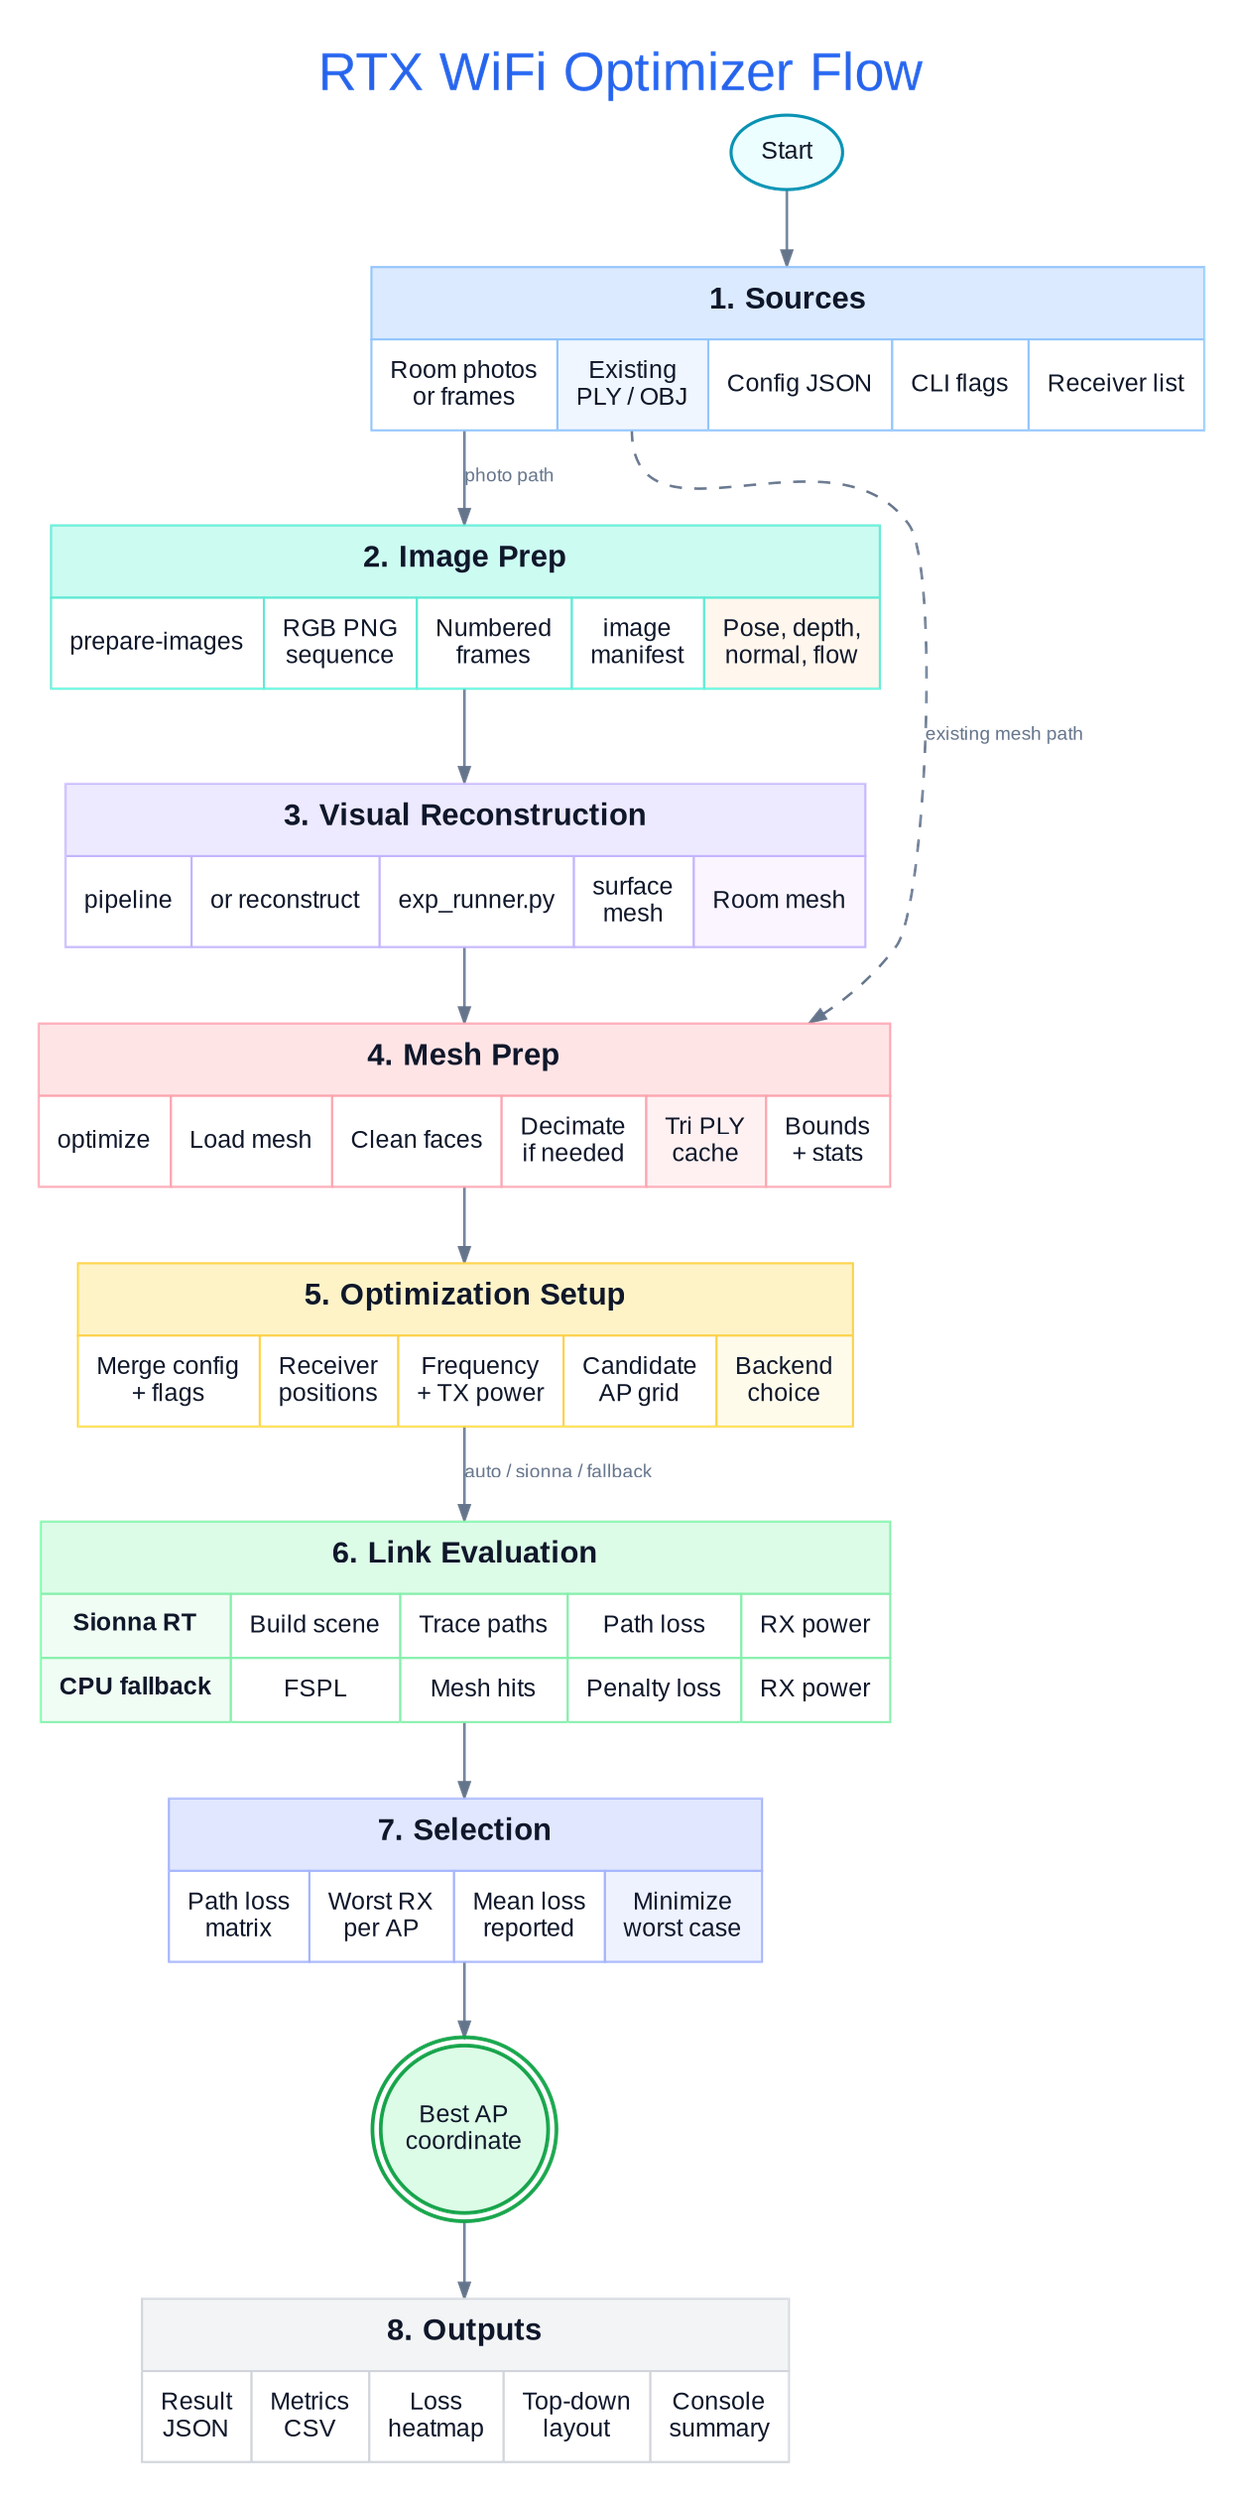
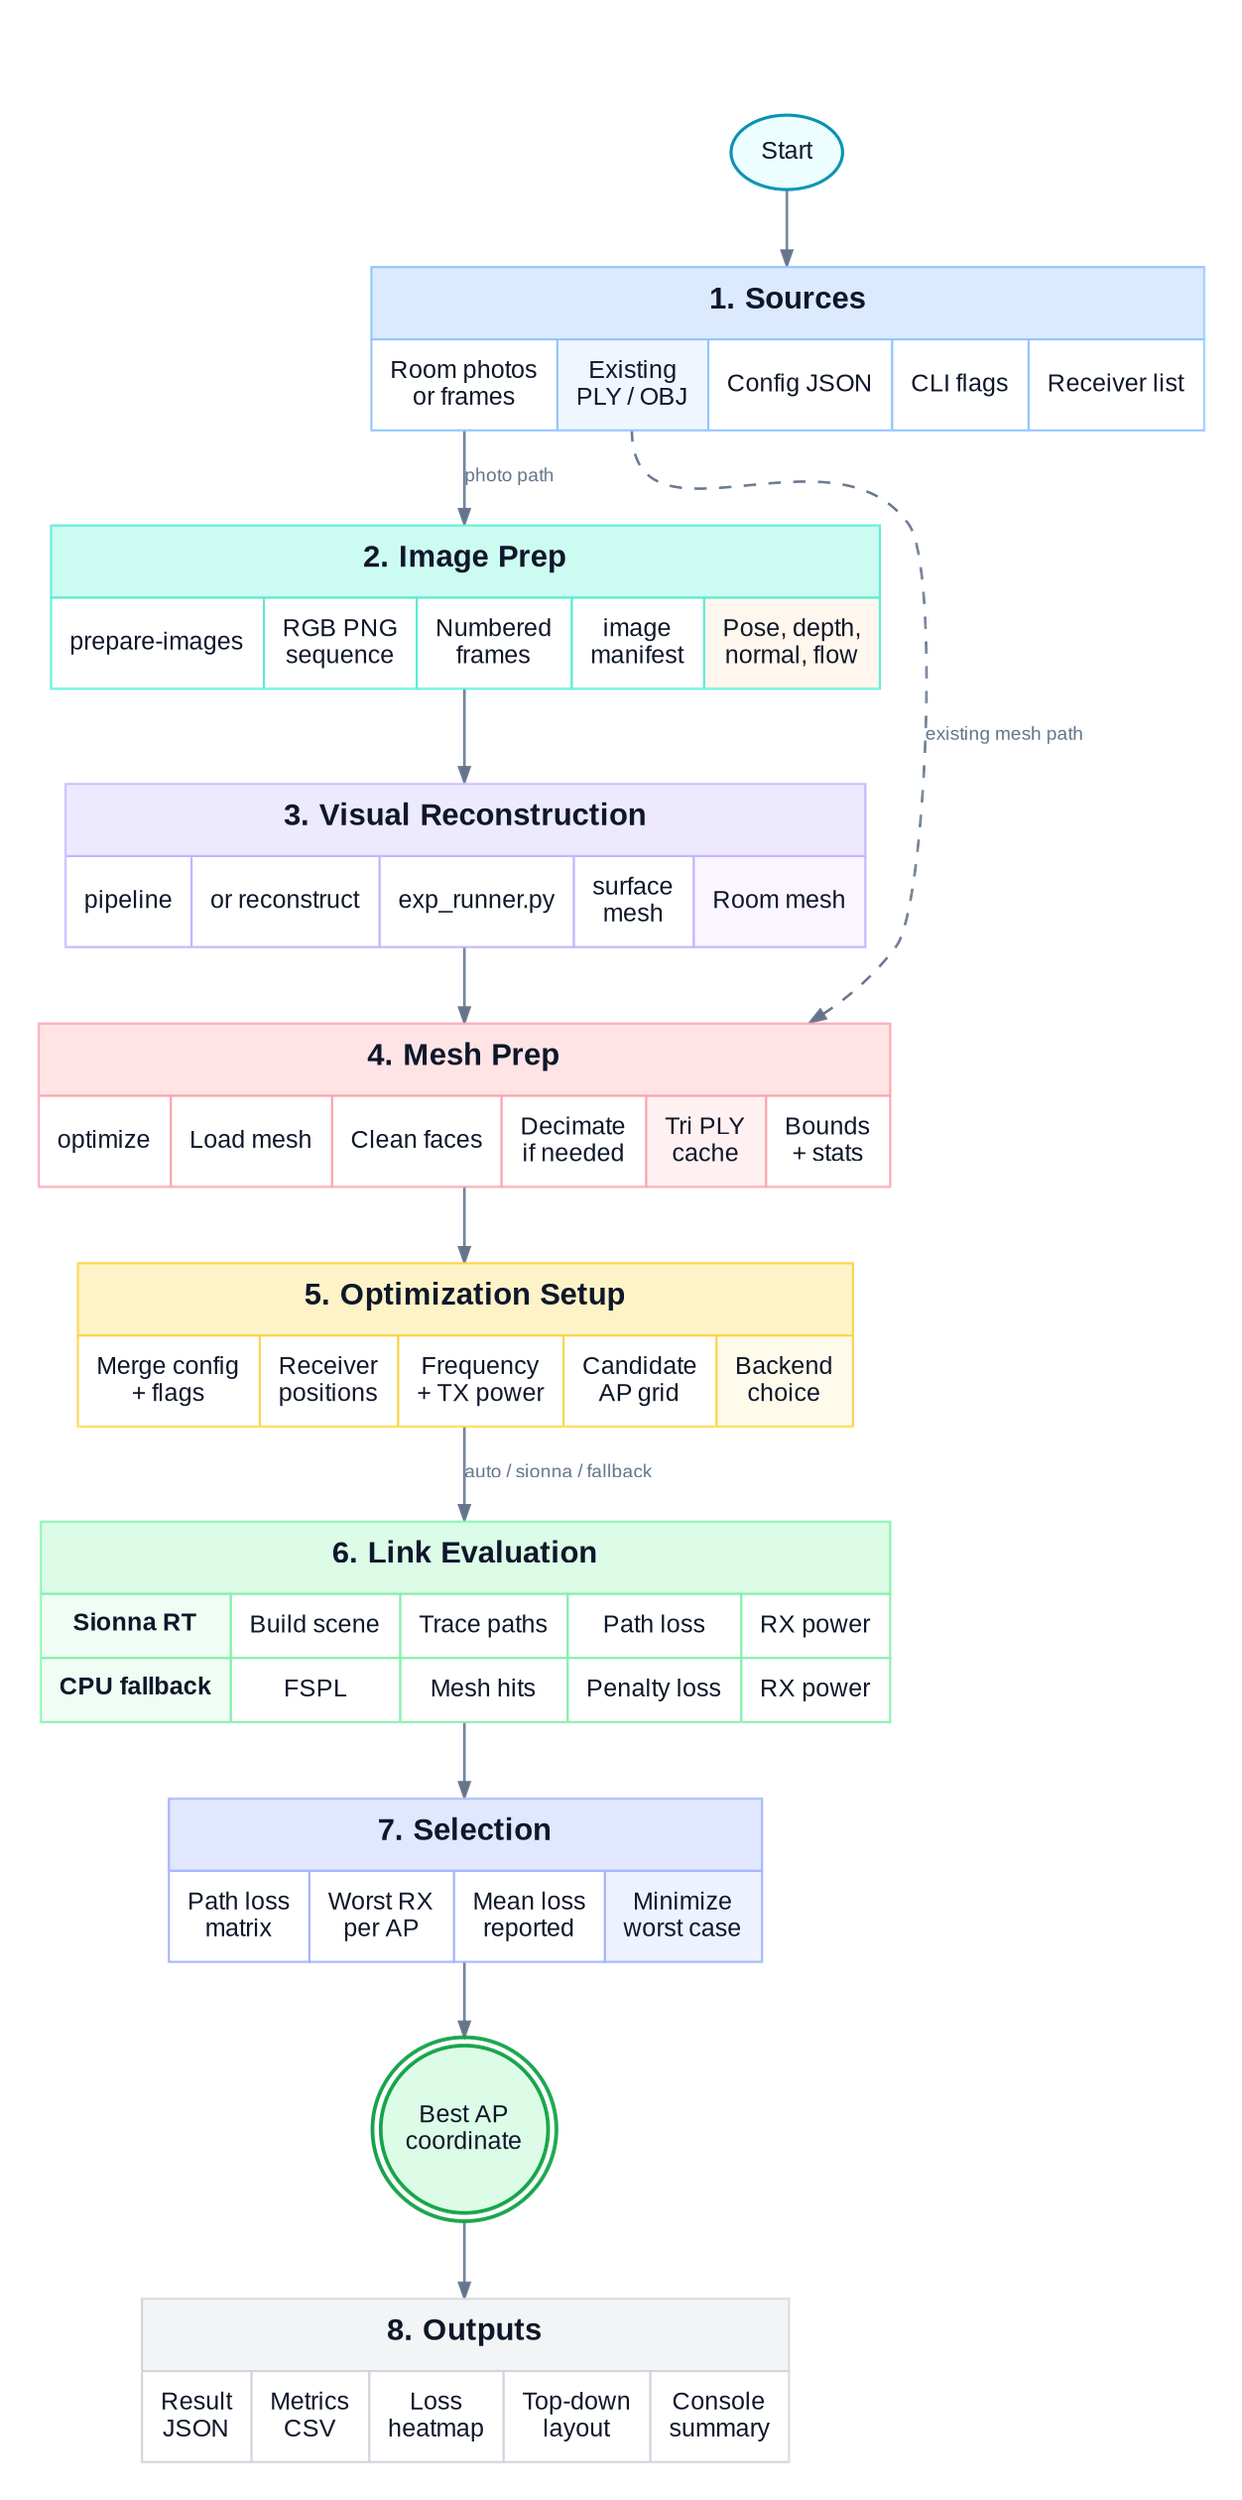
digraph wifi_optimizer_flow {
  graph [
    label="RTX WiFi Optimizer Flow",
    labelloc="t",
    fontsize=26,
    fontname="Liberation Sans",
-     fontcolor="#2563eb",
+     fontcolor="#ffffff",
    bgcolor="transparent",
    rankdir=TB,
    splines=spline,
    nodesep=0.42,
    ranksep=0.48,
    pad=0.16,
    margin=0.10,
    outputorder=edgesfirst
  ];

  node [
    shape=plain,
    fontname="Liberation Sans",
    fontsize=12,
    fontcolor="#0f172a"
  ];

  edge [
    fontname="Liberation Sans",
    fontsize=9,
    color="#64748b",
    fontcolor="#64748b",
    arrowsize=0.72,
    penwidth=1.2
  ];

  start [
    shape=oval,
    style="filled",
    label="Start",
    fillcolor="#ecfeff",
    color="#0891b2",
    penwidth=1.5,
    margin="0.11,0.07"
  ];

  sources [label=<
    <TABLE BORDER="0" CELLBORDER="1" CELLSPACING="0" CELLPADDING="8" COLOR="#93c5fd">
      <TR><TD BGCOLOR="#dbeafe" COLSPAN="5"><FONT POINT-SIZE="15"><B>1. Sources</B></FONT></TD></TR>
      <TR>
        <TD PORT="photos" BGCOLOR="#ffffff">Room photos<BR/>or frames</TD>
        <TD PORT="mesh" BGCOLOR="#eff6ff">Existing<BR/>PLY / OBJ</TD>
        <TD BGCOLOR="#ffffff">Config JSON</TD>
        <TD BGCOLOR="#ffffff">CLI flags</TD>
        <TD BGCOLOR="#ffffff">Receiver list</TD>
      </TR>
    </TABLE>
  >];

  image_prep [label=<
    <TABLE BORDER="0" CELLBORDER="1" CELLSPACING="0" CELLPADDING="8" COLOR="#5eead4">
      <TR><TD BGCOLOR="#ccfbf1" COLSPAN="5"><FONT POINT-SIZE="15"><B>2. Image Prep</B></FONT></TD></TR>
      <TR>
        <TD BGCOLOR="#ffffff">prepare-images</TD>
        <TD BGCOLOR="#ffffff">RGB PNG<BR/>sequence</TD>
        <TD BGCOLOR="#ffffff">Numbered<BR/>frames</TD>
        <TD BGCOLOR="#ffffff">image<BR/>manifest</TD>
        <TD BGCOLOR="#fff7ed">Pose, depth,<BR/>normal, flow</TD>
      </TR>
    </TABLE>
  >];

  reconstruction [label=<
    <TABLE BORDER="0" CELLBORDER="1" CELLSPACING="0" CELLPADDING="8" COLOR="#c4b5fd">
      <TR><TD BGCOLOR="#ede9fe" COLSPAN="5"><FONT POINT-SIZE="15"><B>3. Visual Reconstruction</B></FONT></TD></TR>
      <TR>
        <TD BGCOLOR="#ffffff">pipeline</TD>
        <TD BGCOLOR="#ffffff">or reconstruct</TD>
        <TD BGCOLOR="#ffffff">exp_runner.py</TD>
        <TD BGCOLOR="#ffffff">surface<BR/>mesh</TD>
        <TD BGCOLOR="#faf5ff">Room mesh</TD>
      </TR>
    </TABLE>
  >];

  mesh_prep [label=<
    <TABLE BORDER="0" CELLBORDER="1" CELLSPACING="0" CELLPADDING="8" COLOR="#fda4af">
      <TR><TD BGCOLOR="#ffe4e6" COLSPAN="6"><FONT POINT-SIZE="15"><B>4. Mesh Prep</B></FONT></TD></TR>
      <TR>
        <TD BGCOLOR="#ffffff">optimize</TD>
        <TD BGCOLOR="#ffffff">Load mesh</TD>
        <TD BGCOLOR="#ffffff">Clean faces</TD>
        <TD BGCOLOR="#ffffff">Decimate<BR/>if needed</TD>
        <TD BGCOLOR="#fff1f2">Tri PLY<BR/>cache</TD>
        <TD BGCOLOR="#ffffff">Bounds<BR/>+ stats</TD>
      </TR>
    </TABLE>
  >];

  setup [label=<
    <TABLE BORDER="0" CELLBORDER="1" CELLSPACING="0" CELLPADDING="8" COLOR="#fcd34d">
      <TR><TD BGCOLOR="#fef3c7" COLSPAN="5"><FONT POINT-SIZE="15"><B>5. Optimization Setup</B></FONT></TD></TR>
      <TR>
        <TD BGCOLOR="#ffffff">Merge config<BR/>+ flags</TD>
        <TD BGCOLOR="#ffffff">Receiver<BR/>positions</TD>
        <TD BGCOLOR="#ffffff">Frequency<BR/>+ TX power</TD>
        <TD BGCOLOR="#ffffff">Candidate<BR/>AP grid</TD>
        <TD BGCOLOR="#fffbeb">Backend<BR/>choice</TD>
      </TR>
    </TABLE>
  >];

  evaluation [label=<
    <TABLE BORDER="0" CELLBORDER="1" CELLSPACING="0" CELLPADDING="8" COLOR="#86efac">
      <TR><TD BGCOLOR="#dcfce7" COLSPAN="5"><FONT POINT-SIZE="15"><B>6. Link Evaluation</B></FONT></TD></TR>
      <TR>
        <TD BGCOLOR="#f0fdf4"><B>Sionna RT</B></TD>
        <TD BGCOLOR="#ffffff">Build scene</TD>
        <TD BGCOLOR="#ffffff">Trace paths</TD>
        <TD BGCOLOR="#ffffff">Path loss</TD>
        <TD BGCOLOR="#ffffff">RX power</TD>
      </TR>
      <TR>
        <TD BGCOLOR="#f0fdf4"><B>CPU fallback</B></TD>
        <TD BGCOLOR="#ffffff">FSPL</TD>
        <TD BGCOLOR="#ffffff">Mesh hits</TD>
        <TD BGCOLOR="#ffffff">Penalty loss</TD>
        <TD BGCOLOR="#ffffff">RX power</TD>
      </TR>
    </TABLE>
  >];

  selection [label=<
    <TABLE BORDER="0" CELLBORDER="1" CELLSPACING="0" CELLPADDING="8" COLOR="#a5b4fc">
      <TR><TD BGCOLOR="#e0e7ff" COLSPAN="4"><FONT POINT-SIZE="15"><B>7. Selection</B></FONT></TD></TR>
      <TR>
        <TD BGCOLOR="#ffffff">Path loss<BR/>matrix</TD>
        <TD BGCOLOR="#ffffff">Worst RX<BR/>per AP</TD>
        <TD BGCOLOR="#ffffff">Mean loss<BR/>reported</TD>
        <TD BGCOLOR="#eef2ff">Minimize<BR/>worst case</TD>
      </TR>
    </TABLE>
  >];

  best [
    shape=doublecircle,
    style="filled",
    label="Best AP\ncoordinate",
    fillcolor="#dcfce7",
    color="#16a34a",
    penwidth=1.8,
    width=1.12,
    margin="0.08,0.05"
  ];

  outputs [label=<
    <TABLE BORDER="0" CELLBORDER="1" CELLSPACING="0" CELLPADDING="8" COLOR="#d1d5db">
      <TR><TD BGCOLOR="#f3f4f6" COLSPAN="5"><FONT POINT-SIZE="15"><B>8. Outputs</B></FONT></TD></TR>
      <TR>
        <TD BGCOLOR="#ffffff">Result<BR/>JSON</TD>
        <TD BGCOLOR="#ffffff">Metrics<BR/>CSV</TD>
        <TD BGCOLOR="#ffffff">Loss<BR/>heatmap</TD>
        <TD BGCOLOR="#ffffff">Top-down<BR/>layout</TD>
        <TD BGCOLOR="#ffffff">Console<BR/>summary</TD>
      </TR>
    </TABLE>
  >];

  start -> sources;
  sources:photos -> image_prep [label="photo path"];
  image_prep -> reconstruction;
  reconstruction -> mesh_prep;
  sources:mesh -> mesh_prep [label="existing mesh path", style=dashed, color="#64748b", constraint=false];
  mesh_prep -> setup;
  setup -> evaluation [label="auto / sionna / fallback"];
  evaluation -> selection;
  selection -> best;
  best -> outputs;
}
